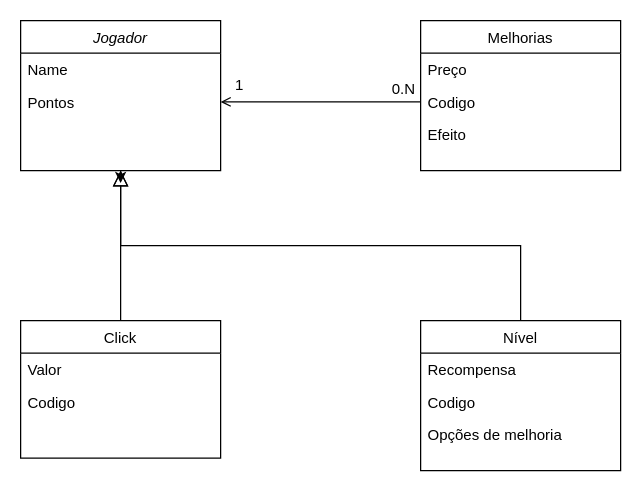
Above: Diagrama sem nome.drawio in t4rsss/ClickerGamer-React (draw.io), before the change. Source tidied: cells renumbered, new cells numbered last; positions are measured from the earlier drawing's top-left corner, leaving out a move shared by most shapes. Both pictures are drawn from the tidied source at 125%, with x=0, y=0 at pixel (20, 20).
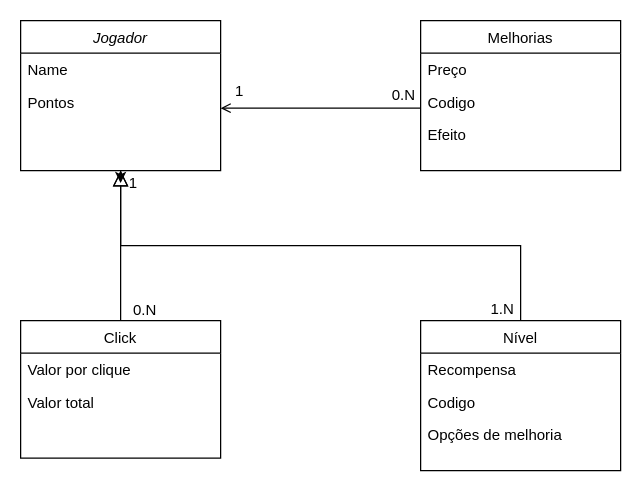
The same page after the edit.

The change refers to these unchanged cells:
```xml
<mxCell id="6" value="Click" style="swimlane;fontStyle=0;align=center;verticalAlign=top;horizontal=1;startSize=26;rounded=0;shadow=0;strokeWidth=1;" parent="1" vertex="1">
  <mxGeometry y="240" width="160" height="110" as="geometry" />
</mxCell>
```

Diff of the diagram source:
```diff
@@
-    <mxCell id="7" value="Valor" style="text;align=left;verticalAlign=top;spacingLeft=4;spacingRight=4;overflow=hidden;" parent="6" vertex="1">
+    <mxCell id="7" value="Valor por clique" style="text;align=left;verticalAlign=top;spacingLeft=4;spacingRight=4;overflow=hidden;" parent="6" vertex="1">
       <mxGeometry y="26" width="160" height="26" as="geometry" />
     </mxCell>
-    <mxCell id="8" value="Codigo" style="text;align=left;verticalAlign=top;spacingLeft=4;spacingRight=4;overflow=hidden;rounded=0;shadow=0;html=0;" parent="6" vertex="1">
+    <mxCell id="8" value="Valor total" style="text;align=left;verticalAlign=top;spacingLeft=4;spacingRight=4;overflow=hidden;rounded=0;shadow=0;html=0;" parent="6" vertex="1">
       <mxGeometry y="52" width="160" height="26" as="geometry" />
     </mxCell>
@@
     <mxCell id="19" style="endArrow=open;shadow=0;strokeWidth=1;rounded=0;curved=0;endFill=1;edgeStyle=elbowEdgeStyle;elbow=vertical;exitX=0;exitY=0.5;exitDx=0;exitDy=0;entryX=1;entryY=0.5;entryDx=0;entryDy=0;" parent="1" edge="1">
       <mxGeometry x="0.5" y="41" relative="1" as="geometry">
-        <mxPoint x="320" y="65" as="sourcePoint" />
-        <mxPoint x="160" y="65" as="targetPoint" />
+        <mxPoint x="320" y="70" as="sourcePoint" />
+        <mxPoint x="160" y="70" as="targetPoint" />
         <mxPoint x="-40" y="32" as="offset" />
       </mxGeometry>
     </mxCell>
@@
+    <mxCell id="22" value="1" style="align=left;verticalAlign=bottom;labelBackgroundColor=none;fontSize=12;direction=north;" parent="1" vertex="1">
+      <mxGeometry x="77" y="140" as="geometry">
+        <mxPoint x="8" y="-2" as="offset" />
+      </mxGeometry>
+    </mxCell>
+    <mxCell id="23" value="1.N" style="align=right;verticalAlign=bottom;labelBackgroundColor=none;fontSize=12;" parent="1" vertex="1">
+      <mxGeometry x="396" y="239" as="geometry" />
+    </mxCell>
+    <mxCell id="24" value="0.N" style="align=right;verticalAlign=bottom;labelBackgroundColor=none;fontSize=12;" parent="1" vertex="1">
+      <mxGeometry x="110" y="240" as="geometry" />
+    </mxCell>
```
